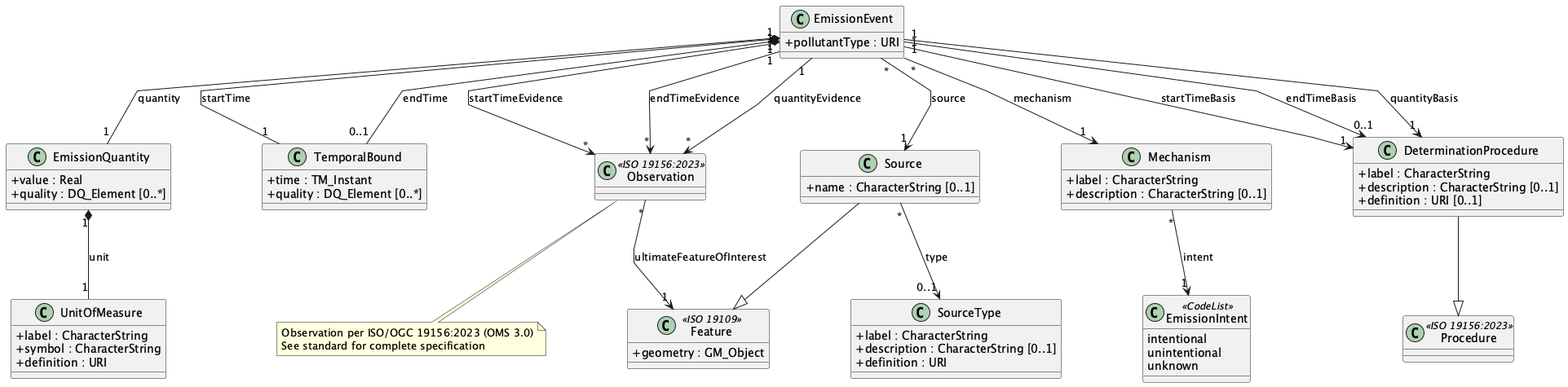
The PlantUML diagram images/core-emissionml-class.png in opengeospatial/EmissionML, before a commit. The source it was exported from:
```plantuml
@startuml core-emissionml-class

skinparam classAttributeIconSize 0
skinparam linetype polyline
skinparam nodesep 100
skinparam ranksep 80

class EmissionEvent {
  +pollutantType : URI
}

class EmissionQuantity {
  +value : Real
  +quality : DQ_Element [0..*]
}

class UnitOfMeasure {
  +label : CharacterString
  +symbol : CharacterString
  +definition : URI
}

class TemporalBound {
  +time : TM_Instant
  +quality : DQ_Element [0..*]
}

class Observation <<ISO 19156:2023>> {
}
note bottom of Observation : Observation per ISO/OGC 19156:2023 (OMS 3.0)\nSee standard for complete specification

class Feature <<ISO 19109>> {
  +geometry : GM_Object
}

class Source {
  +name : CharacterString [0..1]
}

Source --|> Feature

class SourceType {
  +label : CharacterString
  +description : CharacterString [0..1]
  +definition : URI
}

class Mechanism {
  +label : CharacterString
  +description : CharacterString [0..1]
}

class EmissionIntent <<CodeList>> {
  intentional
  unintentional
  unknown
}

class Procedure <<ISO 19156:2023>> {
}

class DeterminationProcedure {
  +label : CharacterString
  +description : CharacterString [0..1]
  +definition : URI [0..1]
}

DeterminationProcedure --|> Procedure


EmissionEvent "1" *-- "1" EmissionQuantity : quantity
EmissionEvent "1" *-- "1" TemporalBound : startTime
EmissionEvent "1" *-- "0..1" TemporalBound : endTime
EmissionEvent "*" --> "1" Source : source
EmissionEvent "*" --> "1" Mechanism : mechanism

EmissionEvent "1" --> "*" Observation : startTimeEvidence
EmissionEvent "1" --> "*" Observation : endTimeEvidence
EmissionEvent "1" --> "*" Observation : quantityEvidence

EmissionEvent "1" --> "1" DeterminationProcedure : startTimeBasis
EmissionEvent "1" --> "0..1" DeterminationProcedure : endTimeBasis
EmissionEvent "1" --> "1" DeterminationProcedure : quantityBasis

Observation "*" --> "1" Feature : ultimateFeatureOfInterest

EmissionQuantity "1" *-- "1" UnitOfMeasure : unit

Source "*" --> "0..1" SourceType : type

Mechanism "*" --> "1" EmissionIntent : intent

@enduml
```
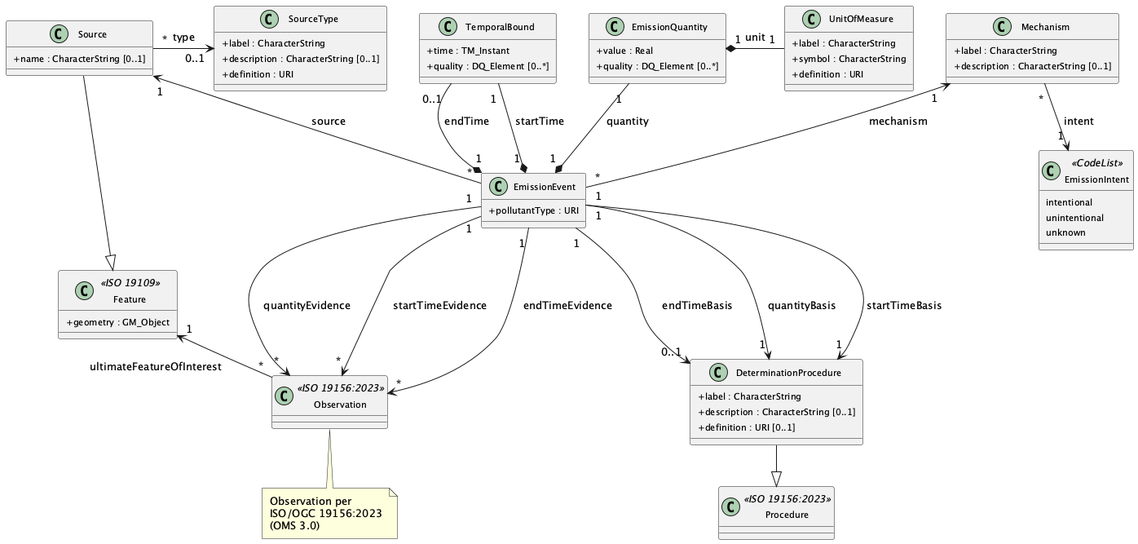
Later version of the same file.

Commit message:
Redesign UML class diagram layout with centered EmissionEvent

Change to the diagram source:
```diff
@@ -1,22 +1,19 @@
 @startuml core-emissionml-class
 
 skinparam classAttributeIconSize 0
-skinparam linetype polyline
-skinparam nodesep 100
-skinparam ranksep 80
+skinparam nodesep 40
+skinparam ranksep 50
+skinparam padding 3
+skinparam classFontSize 13
+skinparam classAttributeFontSize 11
 
-class EmissionEvent {
-  +pollutantType : URI
+class Source {
+  +name : CharacterString [0..1]
 }
 
-class EmissionQuantity {
-  +value : Real
-  +quality : DQ_Element [0..*]
-}
-
-class UnitOfMeasure {
+class SourceType {
   +label : CharacterString
-  +symbol : CharacterString
+  +description : CharacterString [0..1]
   +definition : URI
 }
 
@@ -25,29 +22,45 @@
   +quality : DQ_Element [0..*]
 }
 
-class Observation <<ISO 19156:2023>> {
-}
-note bottom of Observation : Observation per ISO/OGC 19156:2023 (OMS 3.0)\nSee standard for complete specification
-
-class Feature <<ISO 19109>> {
-  +geometry : GM_Object
-}
-
-class Source {
-  +name : CharacterString [0..1]
-}
-
-Source --|> Feature
-
-class SourceType {
-  +label : CharacterString
-  +description : CharacterString [0..1]
-  +definition : URI
+class EmissionQuantity {
+  +value : Real
+  +quality : DQ_Element [0..*]
 }
 
 class Mechanism {
   +label : CharacterString
   +description : CharacterString [0..1]
+}
+
+Source -[hidden]right- SourceType
+SourceType -[hidden]right- TemporalBound
+TemporalBound -[hidden]right- EmissionQuantity
+EmissionQuantity -[hidden]right- UnitOfMeasure
+UnitOfMeasure -[hidden]right- Mechanism
+
+class EmissionEvent {
+  +pollutantType : URI
+}
+
+class Observation <<ISO 19156:2023>> {
+}
+
+class DeterminationProcedure {
+  +label : CharacterString
+  +description : CharacterString [0..1]
+  +definition : URI [0..1]
+}
+
+Observation -[hidden]right- DeterminationProcedure
+
+class UnitOfMeasure {
+  +label : CharacterString
+  +symbol : CharacterString
+  +definition : URI
+}
+
+class Feature <<ISO 19109>> {
+  +geometry : GM_Object
 }
 
 class EmissionIntent <<CodeList>> {
@@ -59,35 +72,39 @@
 class Procedure <<ISO 19156:2023>> {
 }
 
-class DeterminationProcedure {
-  +label : CharacterString
-  +description : CharacterString [0..1]
-  +definition : URI [0..1]
-}
+note bottom of Observation : Observation per\nISO/OGC 19156:2023\n(OMS 3.0)
 
-DeterminationProcedure --|> Procedure
+Source -down-|> Feature
+DeterminationProcedure -down-|> Procedure
 
+TemporalBound -[hidden]down- EmissionEvent
+EmissionQuantity -[hidden]down- EmissionEvent
+Mechanism -[hidden]down- DeterminationProcedure
+EmissionEvent -[hidden]down- Observation
 
-EmissionEvent "1" *-- "1" EmissionQuantity : quantity
-EmissionEvent "1" *-- "1" TemporalBound : startTime
-EmissionEvent "1" *-- "0..1" TemporalBound : endTime
-EmissionEvent "*" --> "1" Source : source
-EmissionEvent "*" --> "1" Mechanism : mechanism
+Mechanism -[hidden]down- EmissionIntent
 
-EmissionEvent "1" --> "*" Observation : startTimeEvidence
-EmissionEvent "1" --> "*" Observation : endTimeEvidence
-EmissionEvent "1" --> "*" Observation : quantityEvidence
+EmissionEvent "1" *-up- "1" TemporalBound : startTime
+EmissionEvent "1" *-up- "0..1" TemporalBound : endTime
 
-EmissionEvent "1" --> "1" DeterminationProcedure : startTimeBasis
-EmissionEvent "1" --> "0..1" DeterminationProcedure : endTimeBasis
-EmissionEvent "1" --> "1" DeterminationProcedure : quantityBasis
+EmissionEvent "1" *-up- "1" EmissionQuantity : quantity
+EmissionQuantity "1" *-down- "1" UnitOfMeasure : unit
 
-Observation "*" --> "1" Feature : ultimateFeatureOfInterest
+EmissionEvent "*" -up-> "1" Source : source
 
-EmissionQuantity "1" *-- "1" UnitOfMeasure : unit
+EmissionEvent "*" -up-> "1" Mechanism : mechanism
 
-Source "*" --> "0..1" SourceType : type
+EmissionEvent "1" -down-> "*" Observation : quantityEvidence
+EmissionEvent "1" -down-> "*" Observation : startTimeEvidence
+EmissionEvent "1" -down-> "*" Observation : endTimeEvidence
 
-Mechanism "*" --> "1" EmissionIntent : intent
+EmissionEvent "1" -down-> "1" DeterminationProcedure : startTimeBasis
+EmissionEvent "1" -down-> "0..1" DeterminationProcedure : endTimeBasis
+EmissionEvent "1" -down-> "1" DeterminationProcedure : quantityBasis
+
+Observation "*" -left-> "1" Feature : ultimateFeatureOfInterest
+
+Source "*" -right-> "0..1" SourceType : type
+Mechanism "*" -down-> "1" EmissionIntent : intent
 
 @enduml
```
